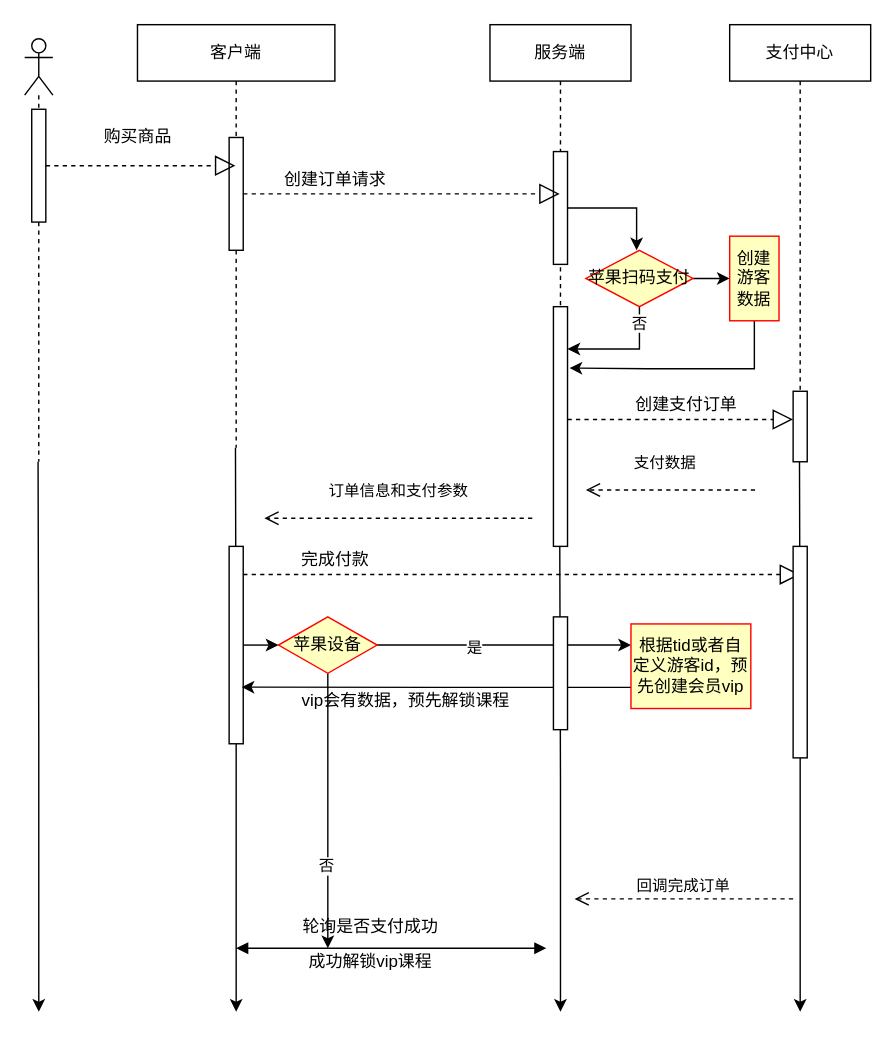
Above: page "订单流程" (2 of 3) of 学习/Untitled Diagram.drawio in yellowseatag/myweb (draw.io), before the change. Source tidied: cells renumbered, new cells numbered last; positions are measured from the earlier drawing's top-left corner, leaving out a move shared by most shapes. Both pictures are drawn from the tidied source at 141%, with x=0, y=0 at pixel (24, 24).
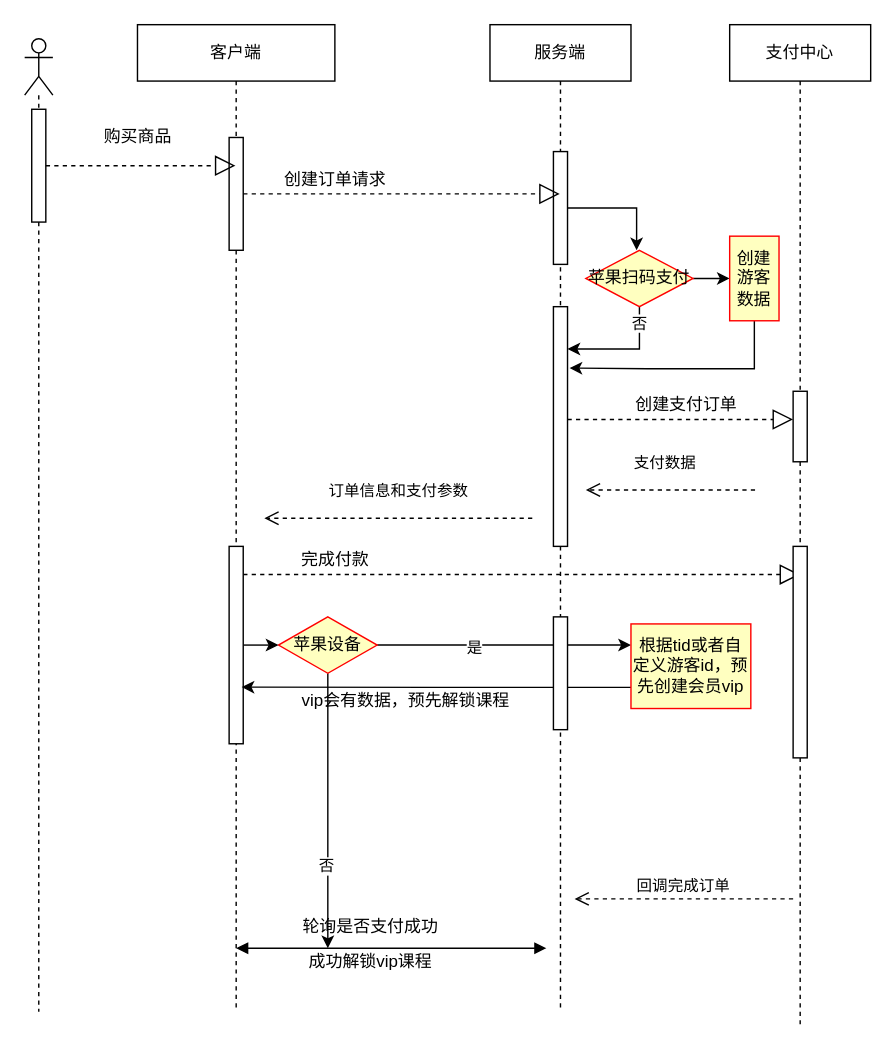
Above is the later version.

Change to the diagram source:
```diff
@@
-    <mxCell id="2" style="edgeStyle=orthogonalEdgeStyle;rounded=0;jettySize=auto;html=1;" parent="1" edge="1" source="3">
-      <mxGeometry relative="1" as="geometry">
-        <mxPoint x="10" y="700" as="targetPoint" />
-      </mxGeometry>
-    </mxCell>
     <mxCell id="3" style="shape=umlLifeline;participant=umlActor;perimeter=lifelinePerimeter;whiteSpace=wrap;html=1;verticalAlign=top;spacingTop=36;outlineConnect=0;" parent="1" vertex="1">
-      <mxGeometry y="10" width="20" height="300" as="geometry" />
+      <mxGeometry y="10" width="20" height="690" as="geometry" />
     </mxCell>
@@
-    <mxCell id="5" style="edgeStyle=orthogonalEdgeStyle;rounded=0;jettySize=auto;html=1;" parent="1" edge="1" source="6">
-      <mxGeometry relative="1" as="geometry">
-        <mxPoint x="150" y="700" as="targetPoint" />
-      </mxGeometry>
-    </mxCell>
     <mxCell id="6" value="客户端" style="shape=umlLifeline;perimeter=lifelinePerimeter;whiteSpace=wrap;html=1;outlineConnect=0;" parent="1" vertex="1">
-      <mxGeometry x="80" width="140" height="300" as="geometry" />
+      <mxGeometry x="80" width="140" height="700" as="geometry" />
     </mxCell>
@@
-    <mxCell id="8" style="edgeStyle=orthogonalEdgeStyle;rounded=0;jettySize=auto;html=1;" parent="1" edge="1" source="9">
-      <mxGeometry relative="1" as="geometry">
-        <mxPoint x="380" y="700" as="targetPoint" />
-      </mxGeometry>
-    </mxCell>
     <mxCell id="9" value="服务端" style="shape=umlLifeline;perimeter=lifelinePerimeter;whiteSpace=wrap;html=1;outlineConnect=0;" parent="1" vertex="1">
-      <mxGeometry x="330" width="100" height="370" as="geometry" />
+      <mxGeometry x="330" width="100" height="700" as="geometry" />
     </mxCell>
@@
-    <mxCell id="12" style="edgeStyle=orthogonalEdgeStyle;rounded=0;jettySize=auto;html=1;" parent="1" edge="1" source="13">
-      <mxGeometry relative="1" as="geometry">
-        <mxPoint x="550" y="700" as="targetPoint" />
-      </mxGeometry>
-    </mxCell>
     <mxCell id="13" value="支付中心" style="shape=umlLifeline;perimeter=lifelinePerimeter;whiteSpace=wrap;html=1;outlineConnect=0;" parent="1" vertex="1">
-      <mxGeometry x="500" width="100" height="300" as="geometry" />
+      <mxGeometry x="500" width="100" height="710" as="geometry" />
     </mxCell>
```
